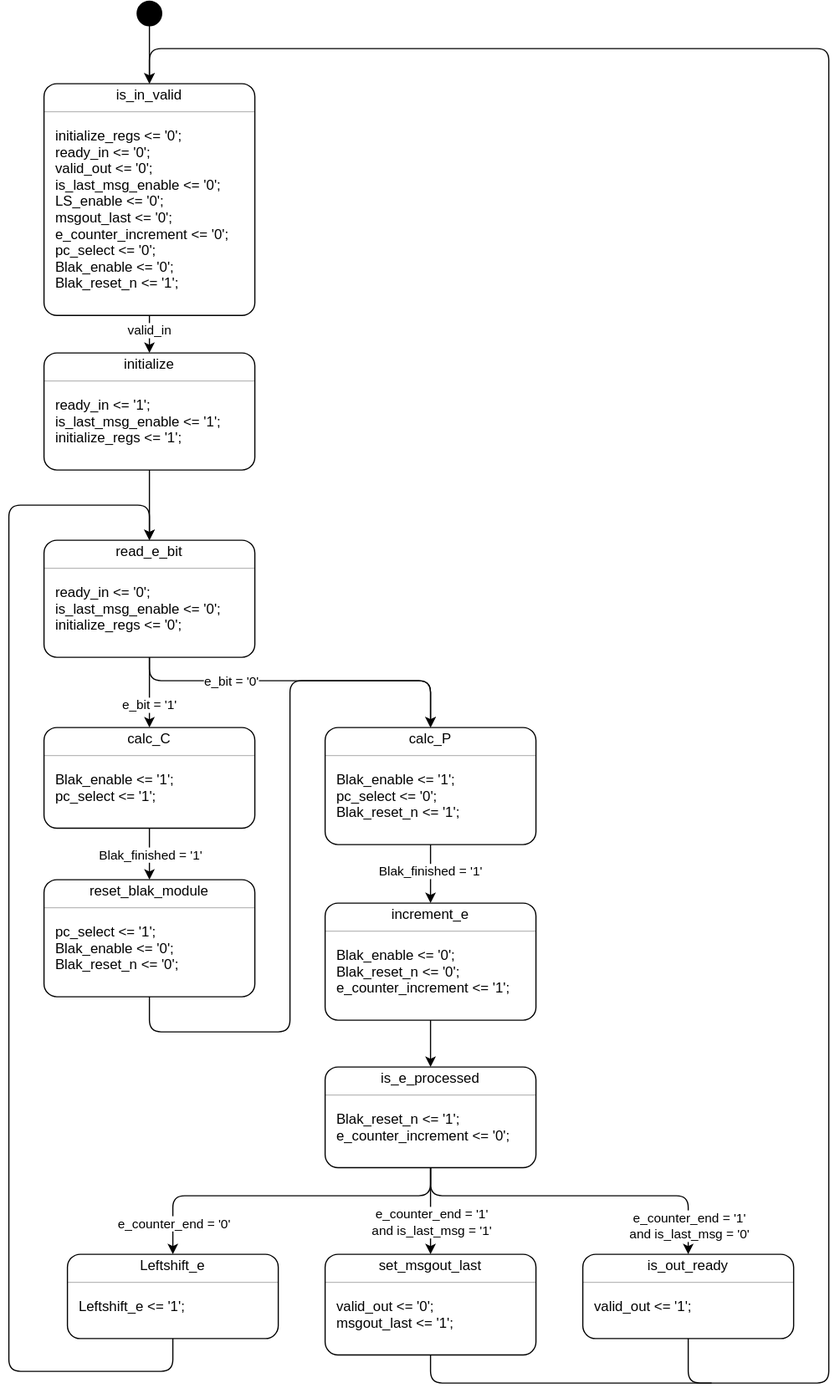
marnicbar/tfe4141 keeps this draw.io diagram as mod_exp_fsm.svg. Above is the earlier version. Source tidied: cells renumbered, new cells last; positions are measured from the earlier drawing's top-left corner, leaving out a move shared by most shapes.
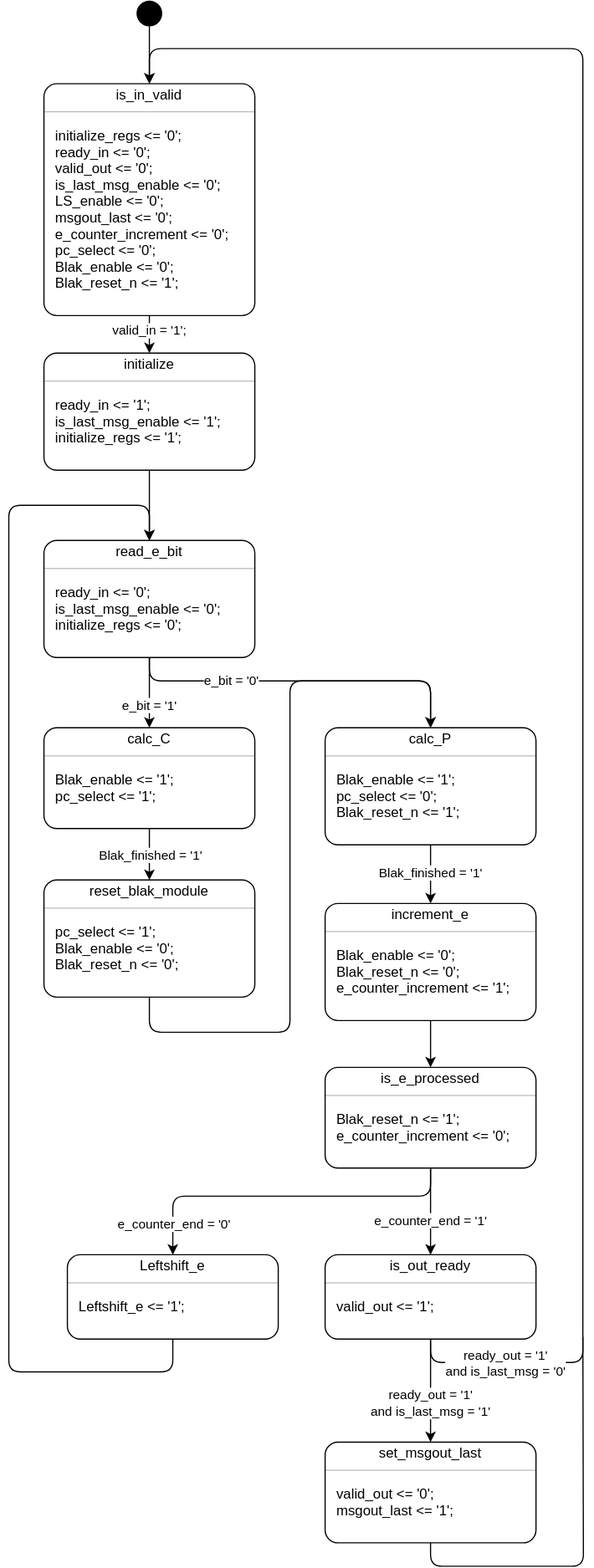
The same diagram one commit later.

Commit message:
Fix state diagram and complete state machine test bench

What changed in the source:
```diff
@@ -50,7 +50,7 @@
     <mxCell id="17" style="edgeStyle=orthogonalEdgeStyle;rounded=0;jettySize=auto;html=1;exitX=0.5;exitY=1;exitDx=0;exitDy=0;entryX=0.5;entryY=0;entryDx=0;entryDy=0;" parent="1" edge="1" source="16" target="20">
       <mxGeometry relative="1" as="geometry" />
     </mxCell>
-    <mxCell id="18" value="valid_in" style="edgeLabel;html=1;align=center;verticalAlign=middle;" parent="17" vertex="1">
+    <mxCell id="18" value="valid_in = '1';" style="edgeLabel;html=1;align=center;verticalAlign=middle;" parent="17" vertex="1">
       <mxGeometry x="-0.22" y="1" relative="1" as="geometry">
         <mxPoint x="-1" as="offset" />
       </mxGeometry>
@@ -260,7 +260,7 @@
       <mxGeometry y="52" width="180" height="20" as="geometry" />
     </mxCell>
     <mxCell id="84" style="fontStyle=1;align=center;verticalAlign=middle;horizontal=1;rounded=1;absoluteArcSize=1;arcSize=22;" parent="1" vertex="1">
-      <mxGeometry x="490" y="1070" width="180" height="72" as="geometry" />
+      <mxGeometry x="270" y="1070" width="180" height="72" as="geometry" />
     </mxCell>
     <mxCell id="85" value="is_out_ready" style="html=1;align=center;spacing=0;verticalAlign=middle;strokeColor=none;fillColor=none;whiteSpace=wrap;" parent="84" vertex="1">
       <mxGeometry width="180" height="20" as="geometry" />
@@ -278,7 +278,7 @@
       <mxGeometry y="52" width="180" height="20" as="geometry" />
     </mxCell>
     <mxCell id="90" style="fontStyle=1;align=center;verticalAlign=middle;horizontal=1;rounded=1;absoluteArcSize=1;arcSize=22;" parent="1" vertex="1">
-      <mxGeometry x="270" y="1070" width="180" height="86" as="geometry" />
+      <mxGeometry x="270" y="1230" width="180" height="86" as="geometry" />
     </mxCell>
     <mxCell id="91" value="set_msgout_last" style="html=1;align=center;spacing=0;verticalAlign=middle;strokeColor=none;fillColor=none;whiteSpace=wrap;" parent="90" vertex="1">
       <mxGeometry width="180" height="20" as="geometry" />
@@ -295,6 +295,11 @@
     <mxCell id="95" value="msgout_last &amp;lt;= '1';" style="html=1;align=left;spacing=0;spacingLeft=10;verticalAlign=middle;strokeColor=none;fillColor=none;whiteSpace=wrap;" parent="90" vertex="1">
       <mxGeometry y="52" width="180" height="14" as="geometry" />
     </mxCell>
+    <mxCell id="114" style="edgeStyle=orthogonalEdgeStyle;rounded=1;jettySize=auto;html=1;exitX=0.5;exitY=1;exitDx=0;exitDy=0;curved=0;endArrow=none;startFill=0;" parent="90" edge="1" source="96">
+      <mxGeometry relative="1" as="geometry">
+        <mxPoint x="220" y="-90" as="targetPoint" />
+      </mxGeometry>
+    </mxCell>
     <mxCell id="96" style="html=1;align=left;spacing=0;spacingLeft=10;verticalAlign=middle;strokeColor=none;fillColor=none;whiteSpace=wrap;" parent="90" vertex="1">
       <mxGeometry y="66" width="180" height="20" as="geometry" />
     </mxCell>
@@ -323,22 +328,18 @@
     <mxCell id="102" style="edgeStyle=orthogonalEdgeStyle;rounded=0;jettySize=auto;html=1;exitX=0.5;exitY=1;exitDx=0;exitDy=0;entryX=0.5;entryY=0;entryDx=0;entryDy=0;" parent="1" edge="1" source="70" target="72">
       <mxGeometry relative="1" as="geometry" />
     </mxCell>
-    <mxCell id="103" style="edgeStyle=orthogonalEdgeStyle;rounded=0;jettySize=auto;html=1;exitX=0.5;exitY=1;exitDx=0;exitDy=0;entryX=0.5;entryY=0;entryDx=0;entryDy=0;" parent="1" edge="1" source="77" target="91">
-      <mxGeometry relative="1" as="geometry" />
-    </mxCell>
-    <mxCell id="104" value="e_counter_end = '1'&lt;br&gt;and&amp;nbsp;is_last_msg = '1'" style="edgeLabel;html=1;align=center;verticalAlign=middle;" parent="103" vertex="1">
-      <mxGeometry x="0.25" y="1" relative="1" as="geometry" />
-    </mxCell>
     <mxCell id="105" style="edgeStyle=orthogonalEdgeStyle;rounded=1;jettySize=auto;html=1;exitX=0.5;exitY=1;exitDx=0;exitDy=0;entryX=0.5;entryY=0;entryDx=0;entryDy=0;curved=0;" parent="1" edge="1" source="77" target="85">
       <mxGeometry relative="1" as="geometry">
         <Array as="points">
-          <mxPoint x="360" y="1020" />
-          <mxPoint x="580" y="1020" />
+          <mxPoint x="360" y="1030" />
+          <mxPoint x="360" y="1030" />
         </Array>
       </mxGeometry>
     </mxCell>
-    <mxCell id="106" value="e_counter_end = '1'&lt;br&gt;and&amp;nbsp;is_last_msg = '0'" style="edgeLabel;html=1;align=center;verticalAlign=middle;" parent="105" vertex="1">
-      <mxGeometry x="0.84" y="1" relative="1" as="geometry" />
+    <mxCell id="106" value="e_counter_end = '1'" style="edgeLabel;html=1;align=center;verticalAlign=middle;" parent="105" vertex="1">
+      <mxGeometry x="0.84" y="1" relative="1" as="geometry">
+        <mxPoint x="-1" y="-24" as="offset" />
+      </mxGeometry>
     </mxCell>
     <mxCell id="107" style="edgeStyle=orthogonalEdgeStyle;rounded=1;jettySize=auto;html=1;exitX=0.5;exitY=1;exitDx=0;exitDy=0;entryX=0.5;entryY=0;entryDx=0;entryDy=0;curved=0;" parent="1" edge="1" source="77" target="79">
       <mxGeometry relative="1" as="geometry">
@@ -361,29 +362,34 @@
         </Array>
       </mxGeometry>
     </mxCell>
-    <mxCell id="110" style="edgeStyle=orthogonalEdgeStyle;rounded=1;jettySize=auto;html=1;exitX=0.5;exitY=1;exitDx=0;exitDy=0;entryX=0.5;entryY=0;entryDx=0;entryDy=0;curved=0;strokeColor=default;" parent="1" edge="1" source="89" target="3">
-      <mxGeometry relative="1" as="geometry">
-        <Array as="points">
-          <mxPoint x="580" y="1180" />
-          <mxPoint x="700" y="1180" />
-          <mxPoint x="700" y="40" />
-          <mxPoint x="120" y="40" />
-        </Array>
-      </mxGeometry>
-    </mxCell>
-    <mxCell id="111" style="edgeStyle=orthogonalEdgeStyle;rounded=1;jettySize=auto;html=1;exitX=0.5;exitY=1;exitDx=0;exitDy=0;strokeColor=default;endArrow=none;startFill=0;curved=0;" parent="1" edge="1" source="96">
-      <mxGeometry relative="1" as="geometry">
-        <mxPoint x="600" y="1180" as="targetPoint" />
-        <Array as="points">
-          <mxPoint x="360" y="1180" />
-        </Array>
-      </mxGeometry>
-    </mxCell>
     <mxCell id="112" style="edgeStyle=orthogonalEdgeStyle;rounded=0;jettySize=auto;html=1;exitX=0.5;exitY=1;exitDx=0;exitDy=0;exitPerimeter=0;entryX=0.5;entryY=0;entryDx=0;entryDy=0;" parent="1" edge="1" source="113" target="3">
       <mxGeometry relative="1" as="geometry" />
     </mxCell>
     <mxCell id="113" style="strokeWidth=2;html=1;shape=mxgraph.flowchart.start_2;whiteSpace=wrap;fillColor=light-dark(#000000,#FFFFFF);" parent="1" vertex="1">
       <mxGeometry x="110" width="20" height="20" as="geometry" />
     </mxCell>
+    <mxCell id="115" style="edgeStyle=orthogonalEdgeStyle;rounded=0;jettySize=auto;html=1;exitX=0.5;exitY=1;exitDx=0;exitDy=0;entryX=0.5;entryY=0;entryDx=0;entryDy=0;" parent="1" edge="1" source="89" target="90">
+      <mxGeometry relative="1" as="geometry" />
+    </mxCell>
+    <mxCell id="116" value="ready_out = '1'&lt;br&gt;and&amp;nbsp;is_last_msg = '1'" style="edgeLabel;html=1;align=center;verticalAlign=middle;" parent="115" vertex="1">
+      <mxGeometry x="-0.25" y="-1" relative="1" as="geometry">
+        <mxPoint x="1" y="21" as="offset" />
+      </mxGeometry>
+    </mxCell>
+    <mxCell id="110" style="edgeStyle=orthogonalEdgeStyle;rounded=1;jettySize=auto;html=1;exitX=0.5;exitY=1;exitDx=0;exitDy=0;entryX=0.5;entryY=0;entryDx=0;entryDy=0;curved=0;" parent="1" edge="1" source="89" target="3">
+      <mxGeometry relative="1" as="geometry">
+        <Array as="points">
+          <mxPoint x="360" y="1162" />
+          <mxPoint x="490" y="1162" />
+          <mxPoint x="490" y="40" />
+          <mxPoint x="120" y="40" />
+        </Array>
+      </mxGeometry>
+    </mxCell>
+    <mxCell id="117" value="ready_out = '1'&lt;br&gt;and&amp;nbsp;is_last_msg = '0'" style="edgeLabel;html=1;align=center;verticalAlign=middle;" parent="110" vertex="1">
+      <mxGeometry x="-0.92" y="-1" relative="1" as="geometry">
+        <mxPoint x="18" as="offset" />
+      </mxGeometry>
+    </mxCell>
   </root>
 </mxGraphModel>
```
